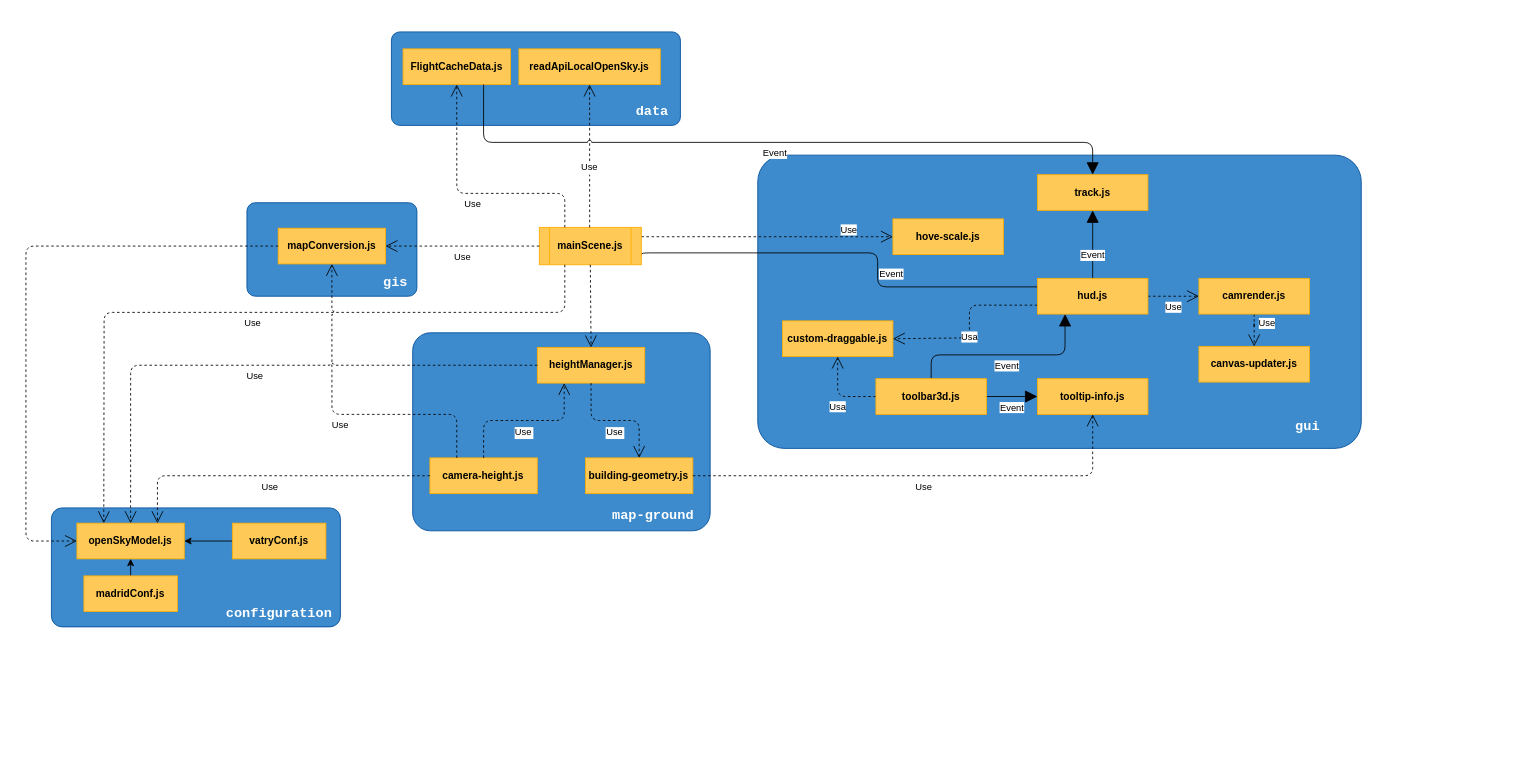
Before: diagrams/Diagrama sin título.drawio in djprano/AFrameTFG, a draw.io diagram. Source tidied: cells renumbered, new cells numbered last; positions are measured from the earlier drawing's top-left corner, leaving out a move shared by most shapes. Both pictures are drawn from the tidied source at 85%, with x=0, y=0 at pixel (26, 31).
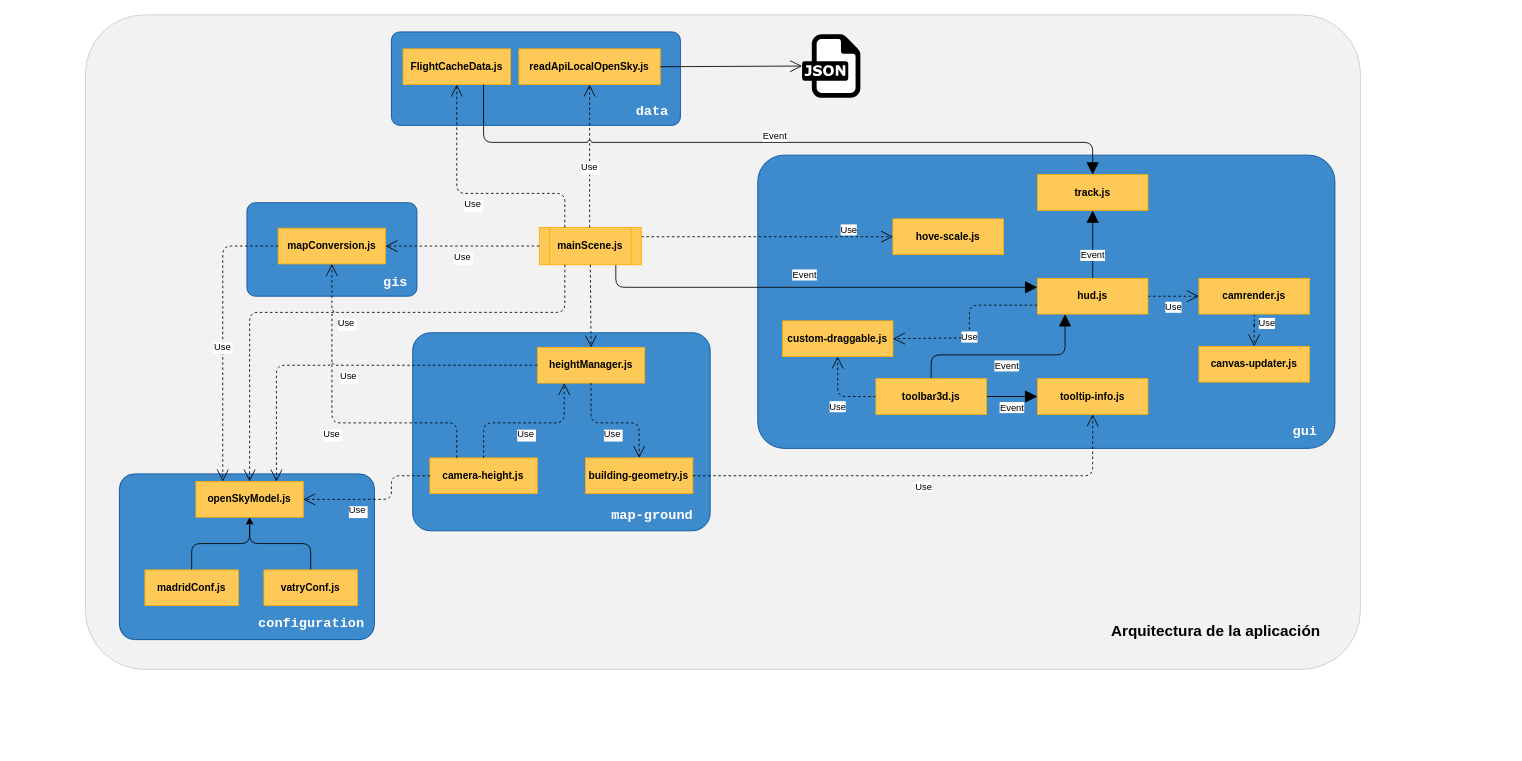
After the change.

Unchanged cells that the change refers to:
```xml
<mxCell id="8" value="FlightCacheData.js" style="whiteSpace=wrap;html=1;align=center;fillColor=#FFC957;strokeColor=#FFAD00;fontStyle=1;" parent="5" vertex="1">
  <mxGeometry x="13.7" y="20" width="126.3" height="42" as="geometry" />
</mxCell>
<mxCell id="9" value="readApiLocalOpenSky.js" style="whiteSpace=wrap;html=1;align=center;fillColor=#FFC957;strokeColor=#FFAD00;fontStyle=1;" parent="5" vertex="1">
  <mxGeometry x="150" y="20" width="166.3" height="42" as="geometry" />
</mxCell>
<mxCell id="12" value="mainScene.js" style="shape=process;whiteSpace=wrap;html=1;backgroundOutline=1;fillColor=#FFC957;strokeColor=#FFAD00;fontStyle=1;" parent="1" vertex="1">
  <mxGeometry x="604" y="230" width="120" height="44" as="geometry" />
</mxCell>
<mxCell id="27" value="mapConversion.js" style="whiteSpace=wrap;html=1;align=center;fillColor=#FFC957;strokeColor=#FFAD00;fontStyle=1;" parent="24" vertex="1">
  <mxGeometry x="36.8" y="30" width="126.3" height="42" as="geometry" />
</mxCell>
<mxCell id="29" style="group;" parent="1" vertex="1">
  <mxGeometry x="455" y="354" width="350" height="466" as="geometry" />
</mxCell>
<mxCell id="32" value="camera-height.js" style="whiteSpace=wrap;html=1;align=center;fillColor=#FFC957;strokeColor=#FFAD00;fontStyle=1;" parent="29" vertex="1">
  <mxGeometry x="20.3" y="147.2" width="126.3" height="42" as="geometry" />
</mxCell>
<mxCell id="33" value="heightManager.js" style="whiteSpace=wrap;html=1;align=center;fillColor=#FFC957;strokeColor=#FFAD00;fontStyle=1;" parent="29" vertex="1">
  <mxGeometry x="146.7" y="17.2" width="126.3" height="42" as="geometry" />
</mxCell>
<mxCell id="34" value="building-geometry.js" style="whiteSpace=wrap;html=1;align=center;fillColor=#FFC957;strokeColor=#FFAD00;fontStyle=1;" parent="29" vertex="1">
  <mxGeometry x="203.3" y="147.2" width="126.3" height="42" as="geometry" />
</mxCell>
<mxCell id="45" value="custom-draggable.js" style="whiteSpace=wrap;html=1;align=center;fillColor=#FFC957;strokeColor=#FFAD00;fontStyle=1;" parent="1" vertex="1">
  <mxGeometry x="890" y="340" width="130" height="42" as="geometry" />
</mxCell>
<mxCell id="50" value="hud.js" style="whiteSpace=wrap;html=1;align=center;fillColor=#FFC957;strokeColor=#FFAD00;fontStyle=1;" parent="1" vertex="1">
  <mxGeometry x="1190" y="290" width="130" height="42" as="geometry" />
</mxCell>
<mxCell id="54" value="toolbar3d.js" style="whiteSpace=wrap;html=1;align=center;fillColor=#FFC957;strokeColor=#FFAD00;fontStyle=1;" parent="1" vertex="1">
  <mxGeometry x="1000" y="408" width="130" height="42" as="geometry" />
</mxCell>
<mxCell id="56" value="track.js" style="whiteSpace=wrap;html=1;align=center;fillColor=#FFC957;strokeColor=#FFAD00;fontStyle=1;" parent="1" vertex="1">
  <mxGeometry x="1190" y="168" width="130" height="42" as="geometry" />
</mxCell>
```

The edit, as a diff of the source:
```diff
@@
+    <mxCell id="59" style="group;fontFamily=Helvetica;fontSize=11;fontColor=default;" parent="1" vertex="1">
+      <mxGeometry x="70" y="-20" width="1500" height="770" as="geometry" />
+    </mxCell>
+    <mxCell id="60" style="rounded=1;whiteSpace=wrap;html=1;arcSize=9;strokeColor=#cccccc;fillColor=#F2F2F2;fontFamily=Helvetica;fontSize=11;fontColor=default;" parent="59" vertex="1">
+      <mxGeometry width="1500" height="770" as="geometry" />
+    </mxCell>
+    <mxCell id="61" value="&lt;font&gt;&lt;span style=&quot;font-size: 18px&quot;&gt;Arquitectura de la aplicación&lt;/span&gt;&lt;/font&gt;" style="text;html=1;strokeColor=none;fillColor=none;align=center;verticalAlign=middle;whiteSpace=wrap;rounded=0;fontStyle=1;fontSize=11;fontColor=default;fontFamily=Helvetica;" parent="59" vertex="1">
+      <mxGeometry x="987.3" y="702.1" width="686.1" height="45.3" as="geometry" />
+    </mxCell>
+    <mxCell id="62" style="dashed=0;outlineConnect=0;html=1;align=center;labelPosition=center;verticalLabelPosition=bottom;verticalAlign=top;shape=mxgraph.weblogos.json;fontFamily=Helvetica;fontSize=11;fontColor=default;" parent="59" vertex="1">
+      <mxGeometry x="843.1" y="22.8" width="68.6" height="74.8" as="geometry" />
+    </mxCell>
+    <mxCell id="16" style="rounded=1;whiteSpace=wrap;html=1;fillColor=#3D8BCD;arcSize=9;strokeColor=#004C99;" parent="1" vertex="1">
+      <mxGeometry x="110" y="520" width="300" height="195" as="geometry" />
+    </mxCell>
     <mxCell id="2" style="group;" parent="1" vertex="1">
-      <mxGeometry x="861" y="145" width="710" height="690" as="geometry" />
+      <mxGeometry x="861" y="145" width="679" height="690" as="geometry" />
     </mxCell>
     <mxCell id="3" style="rounded=1;whiteSpace=wrap;html=1;fillColor=#3D8BCD;arcSize=9;strokeColor=#004C99;" parent="2" vertex="1">
-      <mxGeometry width="710" height="345" as="geometry" />
+      <mxGeometry width="679" height="345" as="geometry" />
     </mxCell>
     <mxCell id="4" value="&lt;font color=&quot;#ffffff&quot;&gt;&lt;span style=&quot;font-size: 16px;&quot;&gt;gui&lt;/span&gt;&lt;/font&gt;" style="text;html=1;strokeColor=none;fillColor=none;align=center;verticalAlign=middle;whiteSpace=wrap;rounded=0;fontStyle=1;fontSize=14;fontFamily=Courier New;" parent="2" vertex="1">
-      <mxGeometry x="503.1" y="288.2" width="288.1" height="62.7" as="geometry" />
+      <mxGeometry x="506.1" y="295" width="275.5" height="62.7" as="geometry" />
     </mxCell>
@@
-    <mxCell id="10" value="Event" style="edgeStyle=orthogonalEdgeStyle;shape=connector;rounded=1;jettySize=auto;elbow=vertical;html=1;exitX=1;exitY=0.75;exitDx=0;exitDy=0;entryX=0;entryY=0.25;entryDx=0;entryDy=0;labelBackgroundColor=default;strokeColor=default;fontFamily=Helvetica;fontSize=11;fontColor=default;endArrow=block;endSize=12;verticalAlign=top;jumpStyle=arc;jumpSize=5;" parent="1" edge="1" source="12" target="50">
+    <mxCell id="10" value="Event" style="edgeStyle=orthogonalEdgeStyle;shape=connector;rounded=1;jettySize=auto;elbow=vertical;html=1;exitX=0.75;exitY=1;exitDx=0;exitDy=0;entryX=0;entryY=0.25;entryDx=0;entryDy=0;labelBackgroundColor=default;strokeColor=default;fontFamily=Helvetica;fontSize=11;fontColor=default;endArrow=block;endSize=12;verticalAlign=top;jumpStyle=arc;jumpSize=5;" parent="1" edge="1" source="12" target="50">
       <mxGeometry x="-0.05" y="28" relative="1" as="geometry">
         <Array as="points">
-          <mxPoint x="724" y="260" />
-          <mxPoint x="1002" y="260" />
-          <mxPoint x="1002" y="300" />
-          <mxPoint x="1290" y="300" />
+          <mxPoint x="694" y="301" />
         </Array>
       </mxGeometry>
     </mxCell>
@@
-    <mxCell id="15" style="group;" parent="1" vertex="1">
-      <mxGeometry x="30" y="560" width="340" height="280" as="geometry" />
-    </mxCell>
-    <mxCell id="16" style="rounded=1;whiteSpace=wrap;html=1;fillColor=#3D8BCD;arcSize=9;strokeColor=#004C99;" parent="15" vertex="1">
-      <mxGeometry width="340" height="140" as="geometry" />
-    </mxCell>
-    <mxCell id="17" value="&lt;font color=&quot;#ffffff&quot;&gt;&lt;span style=&quot;font-size: 16px;&quot;&gt;configuration&lt;/span&gt;&lt;/font&gt;" style="text;html=1;strokeColor=none;fillColor=none;align=center;verticalAlign=middle;whiteSpace=wrap;rounded=0;fontStyle=1;fontSize=14;fontFamily=Courier New;" parent="15" vertex="1">
-      <mxGeometry x="233.8" y="112.5" width="68.2" height="25.5" as="geometry" />
-    </mxCell>
-    <mxCell id="18" value="openSkyModel.js" style="whiteSpace=wrap;html=1;align=center;fillColor=#FFC957;strokeColor=#FFAD00;fontStyle=1;" parent="15" vertex="1">
-      <mxGeometry x="30" y="18" width="126.3" height="42" as="geometry" />
-    </mxCell>
-    <mxCell id="19" style="edgeStyle=orthogonalEdgeStyle;rounded=1;jettySize=auto;exitX=0.5;exitY=0;exitDx=0;exitDy=0;entryX=0.5;entryY=1;entryDx=0;entryDy=0;jumpStyle=arc;jumpSize=5;fontStyle=0;fontSize=11;labelBackgroundColor=default;labelBorderColor=none;shadow=0;verticalAlign=top;horizontal=1;" parent="15" edge="1" source="20" target="18">
-      <mxGeometry relative="1" as="geometry" />
-    </mxCell>
-    <mxCell id="20" value="madridConf.js" style="whiteSpace=wrap;html=1;align=center;fillColor=#FFC957;strokeColor=#FFAD00;fontStyle=1;" parent="15" vertex="1">
-      <mxGeometry x="38.2" y="80" width="110" height="42" as="geometry" />
-    </mxCell>
-    <mxCell id="21" style="rounded=1;jettySize=auto;entryX=1;entryY=0.5;entryDx=0;entryDy=0;jumpStyle=arc;jumpSize=5;fontStyle=0;fontSize=11;labelBackgroundColor=default;labelBorderColor=none;shadow=0;verticalAlign=top;horizontal=1;exitX=0;exitY=0.5;exitDx=0;exitDy=0;" parent="15" edge="1" source="22" target="18">
-      <mxGeometry relative="1" as="geometry" />
-    </mxCell>
-    <mxCell id="22" value="vatryConf.js" style="whiteSpace=wrap;html=1;align=center;fillColor=#FFC957;strokeColor=#FFAD00;fontStyle=1;" parent="15" vertex="1">
-      <mxGeometry x="212.9" y="18" width="110" height="42" as="geometry" />
-    </mxCell>
-    <mxCell id="23" value="Use" style="endArrow=open;endSize=12;dashed=1;rounded=1;exitX=0.25;exitY=1;exitDx=0;exitDy=0;edgeStyle=orthogonalEdgeStyle;jumpStyle=arc;jumpSize=5;fontStyle=0;fontSize=11;labelBackgroundColor=default;labelBorderColor=none;shadow=0;verticalAlign=top;horizontal=1;entryX=0.25;entryY=0;entryDx=0;entryDy=0;" parent="1" edge="1" source="12" target="18">
+    <mxCell id="23" value="Use" style="endArrow=open;endSize=12;dashed=1;rounded=1;exitX=0.25;exitY=1;exitDx=0;exitDy=0;edgeStyle=orthogonalEdgeStyle;jumpStyle=arc;jumpSize=5;fontStyle=0;fontSize=11;labelBackgroundColor=default;labelBorderColor=none;shadow=0;verticalAlign=top;horizontal=1;entryX=0.5;entryY=0;entryDx=0;entryDy=0;" parent="1" edge="1" source="12" target="18">
       <mxGeometry relative="1" as="geometry">
         <Array as="points">
           <mxPoint x="634" y="330" />
-          <mxPoint x="92" y="330" />
-          <mxPoint x="92" y="490" />
+          <mxPoint x="263" y="330" />
         </Array>
       </mxGeometry>
     </mxCell>
@@
     <mxCell id="31" value="&lt;font color=&quot;#ffffff&quot;&gt;&lt;span style=&quot;font-size: 16px;&quot;&gt;map-ground&lt;/span&gt;&lt;/font&gt;" style="text;html=1;strokeColor=none;fillColor=none;align=center;verticalAlign=middle;whiteSpace=wrap;rounded=0;fontStyle=1;fontSize=14;fontFamily=Courier New;" parent="29" vertex="1">
-      <mxGeometry x="212" y="194.2" width="142" height="42.4" as="geometry" />
+      <mxGeometry x="211" y="195.2" width="142" height="42.4" as="geometry" />
     </mxCell>
@@
     <mxCell id="35" value="Use" style="endArrow=open;endSize=12;dashed=1;rounded=1;exitX=0.5;exitY=1;exitDx=0;exitDy=0;edgeStyle=orthogonalEdgeStyle;entryX=0.5;entryY=0;entryDx=0;entryDy=0;jumpStyle=arc;jumpSize=5;fontStyle=0;fontSize=11;labelBackgroundColor=default;labelBorderColor=none;shadow=0;verticalAlign=top;horizontal=1;" parent="29" edge="1" source="33" target="34">
-      <mxGeometry relative="1" as="geometry" />
+      <mxGeometry relative="1" as="geometry">
+        <Array as="points">
+          <mxPoint x="210" y="106" />
+          <mxPoint x="266" y="106" />
+        </Array>
+      </mxGeometry>
     </mxCell>
     <mxCell id="36" value="Use" style="endArrow=open;endSize=12;dashed=1;rounded=1;exitX=0.5;exitY=0;exitDx=0;exitDy=0;edgeStyle=orthogonalEdgeStyle;entryX=0.25;entryY=1;entryDx=0;entryDy=0;jumpStyle=arc;jumpSize=5;fontStyle=0;fontSize=11;labelBackgroundColor=default;labelBorderColor=none;shadow=0;verticalAlign=top;horizontal=1;" parent="29" edge="1" source="32" target="33">
-      <mxGeometry relative="1" as="geometry" />
+      <mxGeometry relative="1" as="geometry">
+        <Array as="points">
+          <mxPoint x="84" y="106" />
+          <mxPoint x="178" y="106" />
+        </Array>
+      </mxGeometry>
     </mxCell>
-    <mxCell id="37" value="Use" style="endArrow=open;endSize=12;dashed=1;rounded=1;edgeStyle=orthogonalEdgeStyle;entryX=0.75;entryY=0;entryDx=0;entryDy=0;exitX=0;exitY=0.5;exitDx=0;exitDy=0;jumpStyle=arc;jumpSize=5;fontStyle=0;fontSize=11;labelBackgroundColor=default;labelBorderColor=none;shadow=0;verticalAlign=top;horizontal=1;" parent="1" edge="1" source="32" target="18">
-      <mxGeometry relative="1" as="geometry">
+    <mxCell id="37" value="Use" style="endArrow=open;endSize=12;dashed=1;rounded=1;edgeStyle=orthogonalEdgeStyle;exitX=0;exitY=0.5;exitDx=0;exitDy=0;jumpStyle=arc;jumpSize=5;fontStyle=0;fontSize=11;labelBackgroundColor=default;labelBorderColor=none;shadow=0;verticalAlign=top;horizontal=1;" parent="1" edge="1" source="32" target="18">
+      <mxGeometry x="0.28" relative="1" as="geometry">
         <Array as="points">
-          <mxPoint x="155" y="522" />
+          <mxPoint x="430" y="522" />
+          <mxPoint x="430" y="550" />
         </Array>
       </mxGeometry>
     </mxCell>
     <mxCell id="38" value="Use" style="endArrow=open;endSize=12;dashed=1;rounded=1;edgeStyle=orthogonalEdgeStyle;entryX=0.5;entryY=1;entryDx=0;entryDy=0;exitX=0.25;exitY=0;exitDx=0;exitDy=0;jumpStyle=arc;jumpSize=5;fontStyle=0;fontSize=11;labelBackgroundColor=default;labelBorderColor=none;shadow=0;verticalAlign=top;horizontal=1;" parent="1" edge="1" source="32" target="27">
       <mxGeometry relative="1" as="geometry">
         <Array as="points">
-          <mxPoint x="507" y="450" />
-          <mxPoint x="360" y="450" />
+          <mxPoint x="507" y="460" />
+          <mxPoint x="360" y="460" />
         </Array>
       </mxGeometry>
     </mxCell>
-    <mxCell id="39" value="Use" style="endArrow=open;endSize=12;dashed=1;rounded=1;edgeStyle=orthogonalEdgeStyle;entryX=0.5;entryY=0;entryDx=0;entryDy=0;exitX=0;exitY=0.5;exitDx=0;exitDy=0;jumpStyle=arc;jumpSize=5;fontStyle=0;fontSize=11;labelBackgroundColor=default;labelBorderColor=none;shadow=0;verticalAlign=top;horizontal=1;" parent="1" edge="1" source="33" target="18">
+    <mxCell id="39" value="Use" style="endArrow=open;endSize=12;dashed=1;rounded=1;edgeStyle=orthogonalEdgeStyle;entryX=0.75;entryY=0;entryDx=0;entryDy=0;exitX=0;exitY=0.5;exitDx=0;exitDy=0;jumpStyle=arc;jumpSize=5;fontStyle=0;fontSize=11;labelBackgroundColor=default;labelBorderColor=none;shadow=0;verticalAlign=top;horizontal=1;" parent="1" edge="1" source="33" target="18">
       <mxGeometry relative="1" as="geometry">
         <Array as="points">
-          <mxPoint x="123" y="392" />
+          <mxPoint x="295" y="392" />
         </Array>
       </mxGeometry>
     </mxCell>
-    <mxCell id="40" style="edgeStyle=orthogonalEdgeStyle;shape=connector;rounded=1;jettySize=auto;exitX=0;exitY=0.5;exitDx=0;exitDy=0;entryX=0;entryY=0.5;entryDx=0;entryDy=0;dashed=1;labelBackgroundColor=default;strokeColor=default;fontFamily=Helvetica;fontSize=11;fontColor=default;endArrow=open;endSize=12;jumpStyle=arc;jumpSize=5;fontStyle=0;labelBorderColor=none;shadow=0;verticalAlign=top;horizontal=1;" parent="1" edge="1" source="27" target="18">
+    <mxCell id="40" value="Use" style="edgeStyle=orthogonalEdgeStyle;shape=connector;rounded=1;jettySize=auto;exitX=0;exitY=0.5;exitDx=0;exitDy=0;entryX=0.25;entryY=0;entryDx=0;entryDy=0;dashed=1;labelBackgroundColor=default;strokeColor=default;fontFamily=Helvetica;fontSize=11;fontColor=default;endArrow=open;endSize=12;jumpStyle=arc;jumpSize=5;fontStyle=0;labelBorderColor=none;shadow=0;verticalAlign=top;horizontal=1;" parent="1" edge="1" source="27" target="18">
       <mxGeometry relative="1" as="geometry">
         <Array as="points">
-          <mxPoint y="252" />
-          <mxPoint y="599" />
+          <mxPoint x="232" y="252" />
         </Array>
       </mxGeometry>
     </mxCell>
@@
-    <mxCell id="49" value="Usa" style="edgeStyle=orthogonalEdgeStyle;shape=connector;rounded=1;jumpStyle=arc;jumpSize=5;jettySize=auto;html=1;exitX=0;exitY=0.75;exitDx=0;exitDy=0;entryX=1;entryY=0.5;entryDx=0;entryDy=0;shadow=0;dashed=1;labelBackgroundColor=default;labelBorderColor=none;strokeColor=default;fontFamily=Helvetica;fontSize=11;fontColor=default;endArrow=open;endSize=12;verticalAlign=top;" parent="1" edge="1" source="50" target="45">
+    <mxCell id="49" value="Use" style="edgeStyle=orthogonalEdgeStyle;shape=connector;rounded=1;jumpStyle=arc;jumpSize=5;jettySize=auto;html=1;exitX=0;exitY=0.75;exitDx=0;exitDy=0;entryX=1;entryY=0.5;entryDx=0;entryDy=0;shadow=0;dashed=1;labelBackgroundColor=default;labelBorderColor=none;strokeColor=default;fontFamily=Helvetica;fontSize=11;fontColor=default;endArrow=open;endSize=12;verticalAlign=top;" parent="1" edge="1" source="50" target="45">
       <mxGeometry relative="1" as="geometry">
         <Array as="points">
           <mxPoint x="1110" y="321" />
           <mxPoint x="1110" y="360" />
           <mxPoint x="1020" y="360" />
         </Array>
       </mxGeometry>
     </mxCell>
@@
-    <mxCell id="53" value="Usa" style="edgeStyle=orthogonalEdgeStyle;shape=connector;rounded=1;jumpStyle=arc;jumpSize=5;jettySize=auto;html=1;exitX=0;exitY=0.5;exitDx=0;exitDy=0;entryX=0.5;entryY=1;entryDx=0;entryDy=0;shadow=0;dashed=1;labelBackgroundColor=default;labelBorderColor=none;strokeColor=default;fontFamily=Helvetica;fontSize=11;fontColor=default;endArrow=open;endSize=12;verticalAlign=top;" parent="1" edge="1" source="54" target="45">
+    <mxCell id="53" value="Use" style="edgeStyle=orthogonalEdgeStyle;shape=connector;rounded=1;jumpStyle=arc;jumpSize=5;jettySize=auto;html=1;exitX=0;exitY=0.5;exitDx=0;exitDy=0;entryX=0.5;entryY=1;entryDx=0;entryDy=0;shadow=0;dashed=1;labelBackgroundColor=default;labelBorderColor=none;strokeColor=default;fontFamily=Helvetica;fontSize=11;fontColor=default;endArrow=open;endSize=12;verticalAlign=top;" parent="1" edge="1" source="54" target="45">
       <mxGeometry relative="1" as="geometry" />
     </mxCell>
@@
     <mxCell id="58" value="Event" style="edgeStyle=orthogonalEdgeStyle;shape=connector;rounded=1;jettySize=auto;html=1;exitX=0.75;exitY=1;exitDx=0;exitDy=0;labelBackgroundColor=default;strokeColor=default;fontFamily=Helvetica;fontSize=11;fontColor=default;endArrow=block;endSize=12;elbow=vertical;verticalAlign=top;jumpStyle=arc;jumpSize=5;entryX=0.5;entryY=0;entryDx=0;entryDy=0;" parent="1" edge="1" source="8" target="56">
-      <mxGeometry relative="1" as="geometry">
+      <mxGeometry y="20" relative="1" as="geometry">
         <Array as="points">
           <mxPoint x="538" y="130" />
           <mxPoint x="1255" y="130" />
         </Array>
       </mxGeometry>
     </mxCell>
+    <mxCell id="17" value="&lt;font color=&quot;#ffffff&quot;&gt;&lt;span style=&quot;font-size: 16px;&quot;&gt;configuration&lt;/span&gt;&lt;/font&gt;" style="text;html=1;strokeColor=none;fillColor=none;align=center;verticalAlign=middle;whiteSpace=wrap;rounded=0;fontStyle=1;fontSize=14;fontFamily=Courier New;" parent="1" vertex="1">
+      <mxGeometry x="306.3" y="678.8" width="60.2" height="35.5" as="geometry" />
+    </mxCell>
+    <mxCell id="18" value="openSkyModel.js" style="whiteSpace=wrap;html=1;align=center;fillColor=#FFC957;strokeColor=#FFAD00;fontStyle=1;" parent="1" vertex="1">
+      <mxGeometry x="200" y="529" width="126.3" height="42" as="geometry" />
+    </mxCell>
+    <mxCell id="21" style="rounded=1;jettySize=auto;entryX=0.5;entryY=1;entryDx=0;entryDy=0;jumpStyle=arc;jumpSize=5;fontStyle=0;fontSize=11;labelBackgroundColor=default;labelBorderColor=none;shadow=0;verticalAlign=top;horizontal=1;exitX=0.5;exitY=0;exitDx=0;exitDy=0;edgeStyle=orthogonalEdgeStyle;" parent="1" edge="1" source="22" target="18">
+      <mxGeometry relative="1" as="geometry" />
+    </mxCell>
+    <mxCell id="19" style="edgeStyle=orthogonalEdgeStyle;rounded=1;jettySize=auto;exitX=0.5;exitY=0;exitDx=0;exitDy=0;entryX=0.5;entryY=1;entryDx=0;entryDy=0;jumpStyle=arc;jumpSize=5;fontStyle=0;fontSize=11;labelBackgroundColor=default;labelBorderColor=none;shadow=0;verticalAlign=top;horizontal=1;" parent="1" edge="1" source="20" target="18">
+      <mxGeometry relative="1" as="geometry" />
+    </mxCell>
+    <mxCell id="20" value="madridConf.js" style="whiteSpace=wrap;html=1;align=center;fillColor=#FFC957;strokeColor=#FFAD00;fontStyle=1;" parent="1" vertex="1">
+      <mxGeometry x="140" y="633" width="110" height="42" as="geometry" />
+    </mxCell>
+    <mxCell id="22" value="vatryConf.js" style="whiteSpace=wrap;html=1;align=center;fillColor=#FFC957;strokeColor=#FFAD00;fontStyle=1;" parent="1" vertex="1">
+      <mxGeometry x="280" y="633" width="110" height="42" as="geometry" />
+    </mxCell>
+    <mxCell id="63" style="edgeStyle=orthogonalEdgeStyle;shape=connector;rounded=1;jumpStyle=arc;jumpSize=14;jettySize=auto;html=1;exitX=1;exitY=0.5;exitDx=0;exitDy=0;shadow=0;labelBackgroundColor=default;labelBorderColor=none;strokeColor=default;fontFamily=Helvetica;fontSize=11;fontColor=default;endArrow=open;endSize=12;" parent="1" edge="1" source="9" target="62">
+      <mxGeometry relative="1" as="geometry" />
+    </mxCell>
```
